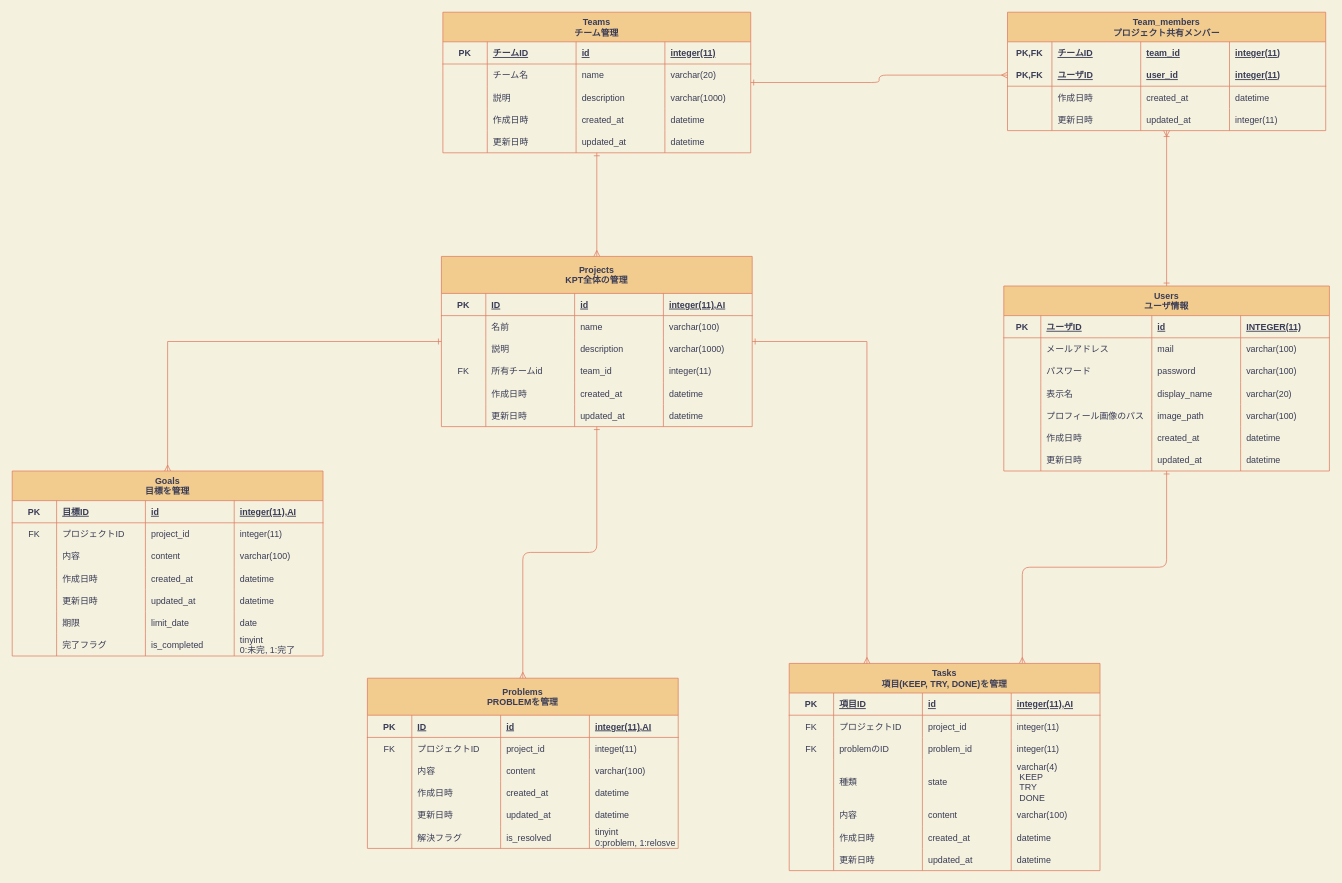
Earlier version of the draw.io diagram database_er_diagram.drawio (nanas773/kpt-design). Source tidied: cells renumbered, new cells numbered last; positions are measured from the earlier drawing's top-left corner, leaving out a move shared by most shapes. Both pictures are drawn from the tidied source at 74%, with x=0, y=0 at pixel (12, 12).
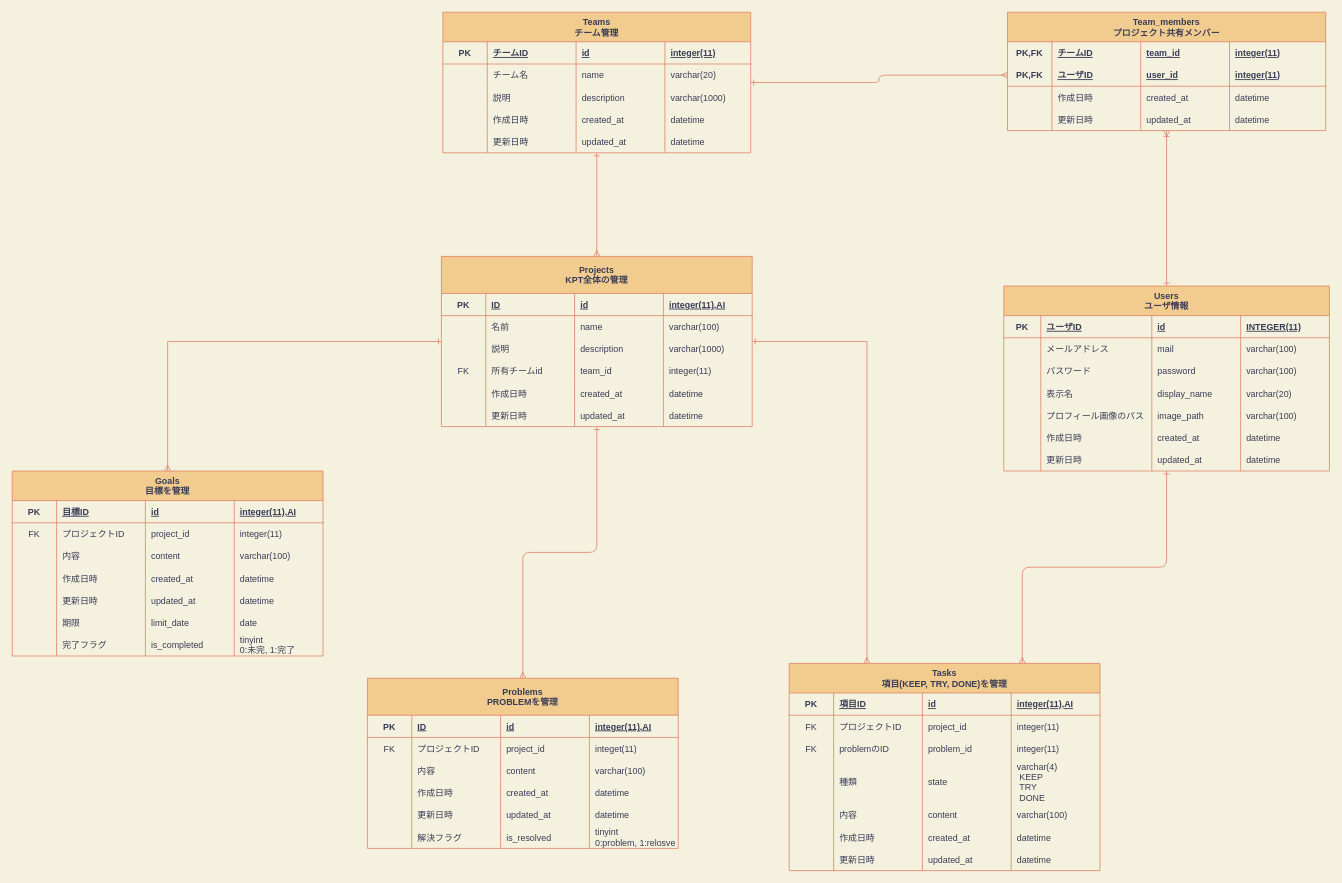
Above is the later version.

Commit message:
Fix: team_usersテーブル修正

Unchanged cells that the change refers to:
```xml
<mxCell id="227" style="shape=partialRectangle;fillColor=none;top=0;left=0;bottom=0;right=0;strokeColor=#E07A5F;fontColor=#393C56;" parent="211" vertex="1">
  <mxGeometry y="130" width="430" height="30" as="geometry" />
</mxCell>
```

The edit, as a diff of the source:
```diff
@@
-    <mxCell id="231" value="integer(11)" style="shape=partialRectangle;fillColor=none;top=0;left=0;bottom=0;right=0;align=left;spacingLeft=6;overflow=hidden;strokeColor=#E07A5F;fontColor=#393C56;" parent="227" vertex="1">
+    <mxCell id="231" value="datetime" style="shape=partialRectangle;fillColor=none;top=0;left=0;bottom=0;right=0;align=left;spacingLeft=6;overflow=hidden;strokeColor=#E07A5F;fontColor=#393C56;" parent="227" vertex="1">
       <mxGeometry x="300" width="130" height="30" as="geometry" />
     </mxCell>
```
